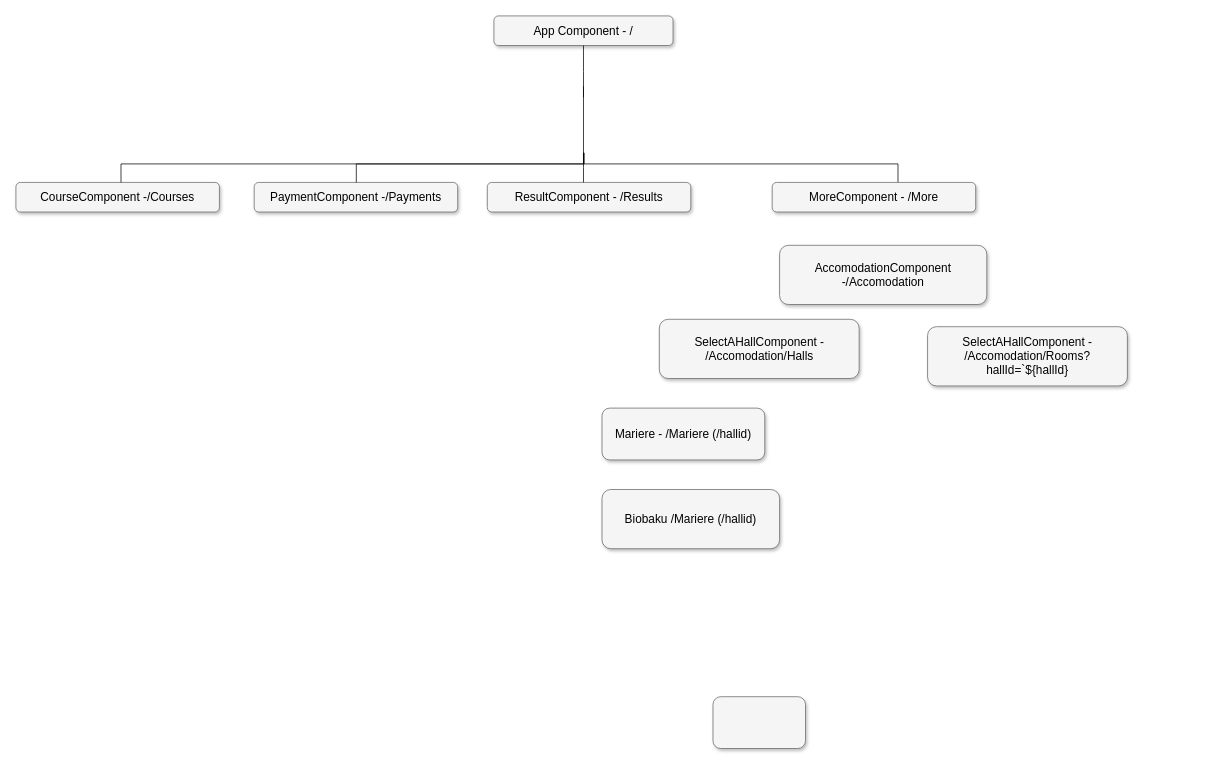
Above: content/Untitled Diagram.drawio in MadeByIbukunoluwa/temp-repo (draw.io), before the change. Source tidied: cells renumbered, new cells numbered last; positions are measured from the earlier drawing's top-left corner, leaving out a move shared by most shapes. Both pictures are drawn from the tidied source at 74%, with x=0, y=0 at pixel (16, 16).
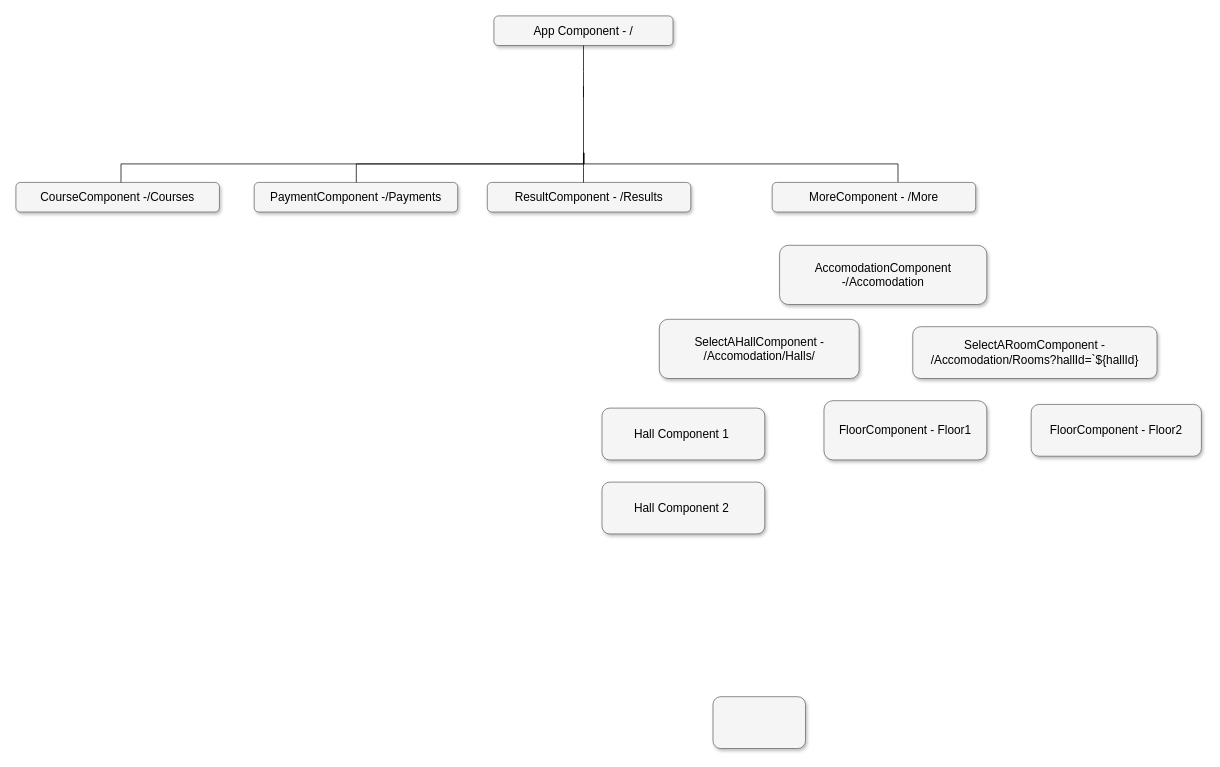
The same diagram, later.

Commit message:
Added Floor Component

Diff of the diagram source:
```diff
@@
-    <mxCell id="5" value="SelectAHallComponent - /Accomodation/Halls" style="whiteSpace=wrap;html=1;rounded=1;shadow=1;strokeWidth=1;fontSize=16;align=center;fillColor=#f5f5f5;strokeColor=#666666;" parent="1" vertex="1">
+    <mxCell id="5" value="SelectAHallComponent - /Accomodation/Halls/" style="whiteSpace=wrap;html=1;rounded=1;shadow=1;strokeWidth=1;fontSize=16;align=center;fillColor=#f5f5f5;strokeColor=#666666;" parent="1" vertex="1">
       <mxGeometry x="869.5" y="410" width="270" height="80" as="geometry" />
     </mxCell>
-    <mxCell id="6" value="Biobaku /Mariere (/hallid)" style="whiteSpace=wrap;html=1;rounded=1;shadow=1;strokeWidth=1;fontSize=16;align=center;fillColor=#f5f5f5;strokeColor=#666666;" parent="1" vertex="1">
-      <mxGeometry x="792" y="640" width="240" height="80" as="geometry" />
+    <mxCell id="6" value="Hall Component 2&amp;nbsp;" style="whiteSpace=wrap;html=1;rounded=1;shadow=1;strokeWidth=1;fontSize=16;align=center;fillColor=#f5f5f5;strokeColor=#666666;" parent="1" vertex="1">
+      <mxGeometry x="792" y="630" width="220" height="70" as="geometry" />
     </mxCell>
@@
-    <mxCell id="16" value="Mariere - /Mariere (/hallid)" style="whiteSpace=wrap;html=1;rounded=1;shadow=1;strokeWidth=1;fontSize=16;align=center;fillColor=#f5f5f5;strokeColor=#666666;" parent="1" vertex="1">
+    <mxCell id="16" value="Hall Component 1&amp;nbsp;" style="whiteSpace=wrap;html=1;rounded=1;shadow=1;strokeWidth=1;fontSize=16;align=center;fillColor=#f5f5f5;strokeColor=#666666;" parent="1" vertex="1">
       <mxGeometry x="792" y="530" width="220" height="70" as="geometry" />
     </mxCell>
@@
-    <mxCell id="20" value="SelectAHallComponent - /Accomodation/Rooms?hallId=`${hallId}" style="whiteSpace=wrap;html=1;rounded=1;shadow=1;strokeWidth=1;fontSize=16;align=center;fillColor=#f5f5f5;strokeColor=#666666;" parent="1" vertex="1">
-      <mxGeometry x="1232" y="420" width="270" height="80" as="geometry" />
+    <mxCell id="20" value="FloorComponent - Floor1" style="whiteSpace=wrap;html=1;rounded=1;shadow=1;strokeWidth=1;fontSize=16;align=center;fillColor=#f5f5f5;strokeColor=#666666;" parent="1" vertex="1">
+      <mxGeometry x="1092" y="520" width="220" height="80" as="geometry" />
     </mxCell>
+    <mxCell id="21" value="SelectARoomComponent - /Accomodation/Rooms?hallId=`${hallId}" style="whiteSpace=wrap;html=1;fontSize=16;fillColor=#f5f5f5;strokeColor=#666666;rounded=1;shadow=1;strokeWidth=1;" parent="1" vertex="1">
+      <mxGeometry x="1212" y="420" width="330" height="70" as="geometry" />
+    </mxCell>
+    <mxCell id="22" value="FloorComponent - Floor2" style="whiteSpace=wrap;html=1;fontSize=16;fillColor=#f5f5f5;strokeColor=#666666;rounded=1;shadow=1;strokeWidth=1;" parent="1" vertex="1">
+      <mxGeometry x="1372" y="525" width="230" height="70" as="geometry" />
+    </mxCell>
+    <mxCell id="23" style="edgeStyle=none;rounded=0;orthogonalLoop=1;jettySize=auto;html=1;exitX=1;exitY=0.5;exitDx=0;exitDy=0;" parent="1" edge="1" source="22" target="22">
+      <mxGeometry relative="1" as="geometry" />
+    </mxCell>
+    <mxCell id="24" style="edgeStyle=none;rounded=0;orthogonalLoop=1;jettySize=auto;html=1;exitX=1;exitY=0.5;exitDx=0;exitDy=0;" parent="1" edge="1">
+      <mxGeometry relative="1" as="geometry">
+        <mxPoint x="1522" y="795" as="sourcePoint" />
+        <mxPoint x="1522" y="795" as="targetPoint" />
+      </mxGeometry>
+    </mxCell>
```
